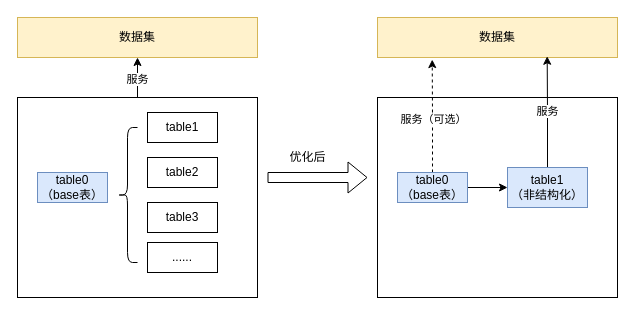
Above: 2022-01-01.drawio in IceMimosa/drawio (draw.io), before the change. Source tidied: cells renumbered, new cells numbered last; positions are measured from the earlier drawing's top-left corner, leaving out a move shared by most shapes. Both pictures are drawn from the tidied source at 100%, with x=0, y=0 at pixel (17, 17).
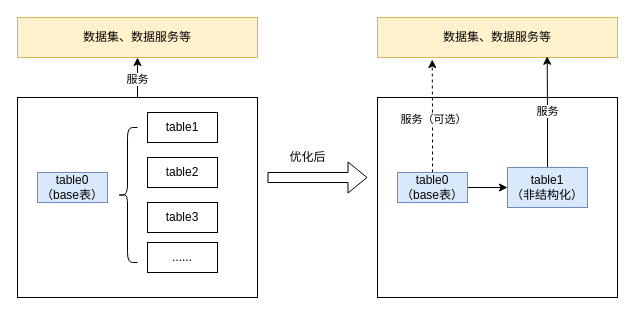
After the change.

Diff of the diagram source:
```diff
@@
-    <mxCell id="6" value="数据集" style="rounded=0;whiteSpace=wrap;html=1;fillColor=#fff2cc;strokeColor=#d6b656;" parent="1" vertex="1">
+    <mxCell id="6" value="数据集、数据服务等" style="rounded=0;whiteSpace=wrap;html=1;fillColor=#fff2cc;strokeColor=#d6b656;" parent="1" vertex="1">
       <mxGeometry width="240" height="40" as="geometry" />
     </mxCell>
@@
-    <mxCell id="19" value="数据集" style="rounded=0;whiteSpace=wrap;html=1;fillColor=#fff2cc;strokeColor=#d6b656;" parent="1" vertex="1">
+    <mxCell id="19" value="数据集、数据服务等" style="rounded=0;whiteSpace=wrap;html=1;fillColor=#fff2cc;strokeColor=#d6b656;" parent="1" vertex="1">
       <mxGeometry x="360" width="240" height="40" as="geometry" />
     </mxCell>
```
